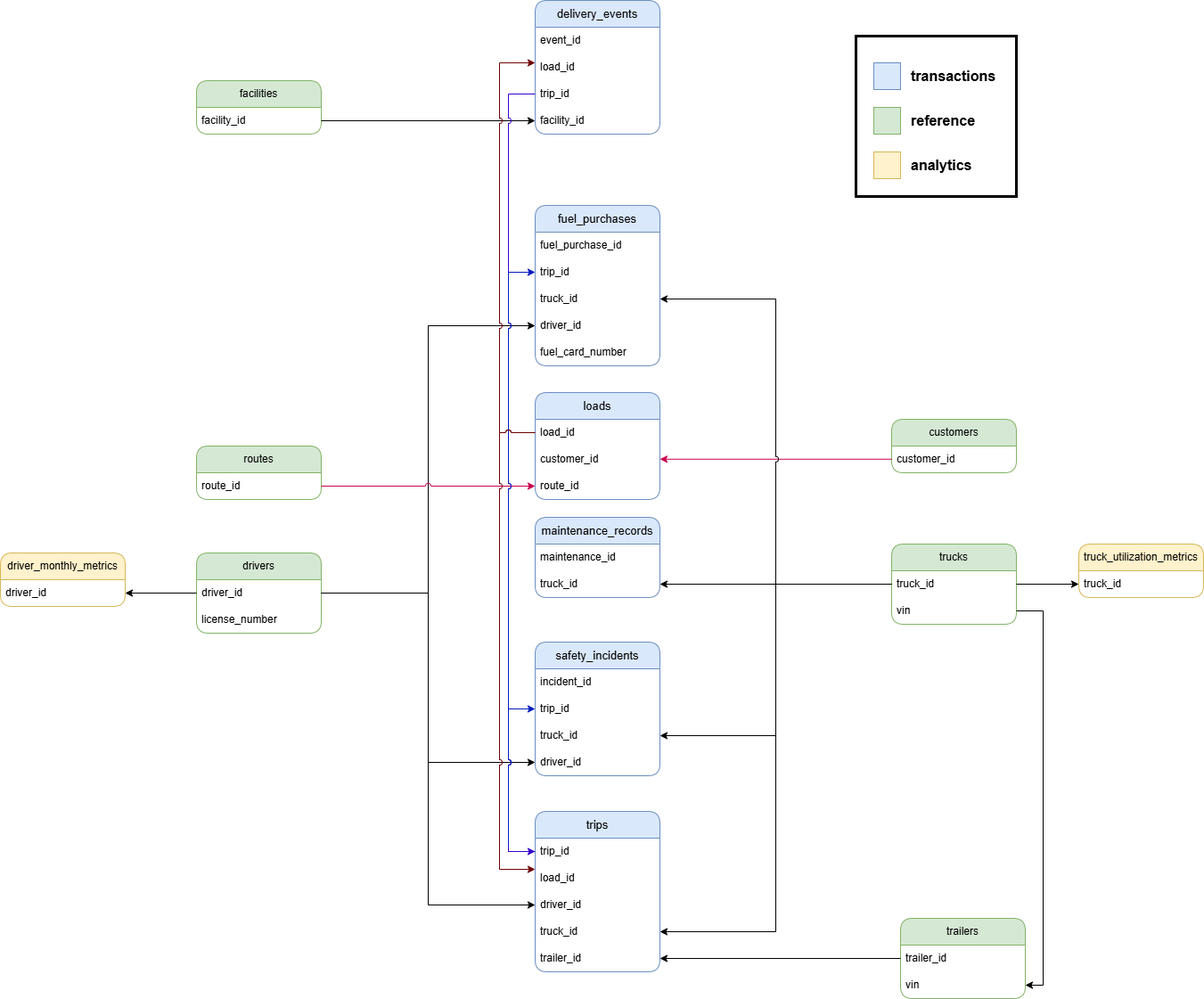
This is docs/entity_relationships.png from adhameltantawi/logistics-data-warehouse, a draw.io export, as it was before one commit. Source tidied: cells renumbered, new cells last; positions are measured from the earlier drawing's top-left corner, leaving out a move shared by most shapes.
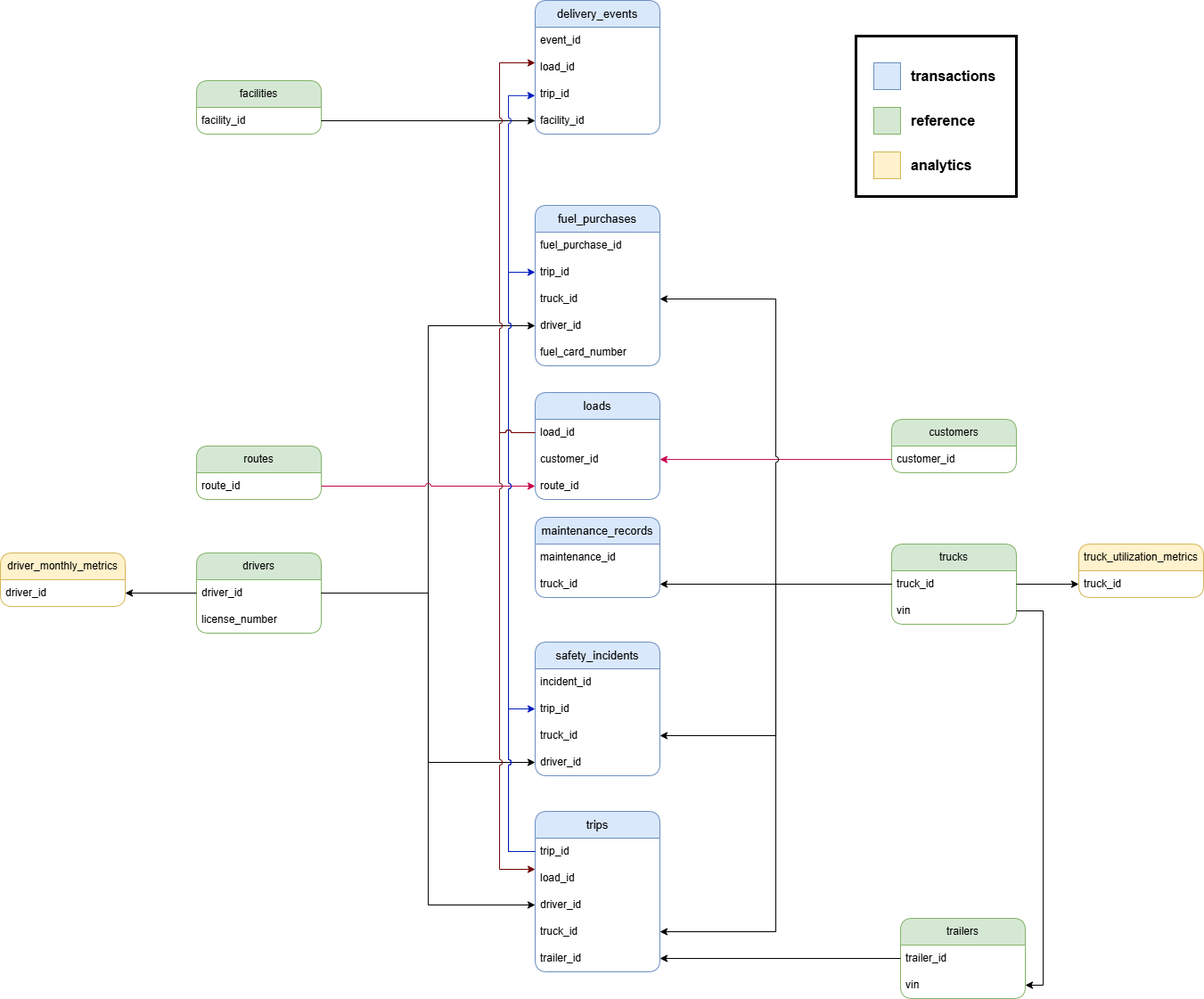
The same diagram one commit later.

Commit message:
Update entity photo

Change to the diagram source:
```diff
@@ -217,19 +217,31 @@
     <mxCell id="71" style="rounded=0;whiteSpace=wrap;html=1;fillColor=none;strokeWidth=3;" parent="1" vertex="1">
       <mxGeometry x="960" y="40" width="180" height="180" as="geometry" />
     </mxCell>
-    <mxCell id="72" style="edgeStyle=orthogonalEdgeStyle;rounded=0;jettySize=auto;html=1;curved=0;fillColor=#6a00ff;strokeColor=#3700CC;jumpStyle=arc;exitX=0;exitY=0.5;exitDx=0;exitDy=0;" parent="1" edge="1" source="20" target="41">
-      <mxGeometry relative="1" as="geometry">
-        <Array as="points">
-          <mxPoint x="570" y="105" />
-          <mxPoint x="570" y="955" />
-        </Array>
-      </mxGeometry>
-    </mxCell>
-    <mxCell id="73" style="edgeStyle=orthogonalEdgeStyle;rounded=0;jettySize=auto;html=1;entryX=0;entryY=0.5;entryDx=0;entryDy=0;curved=0;fillColor=#0050ef;strokeColor=#001DBC;jumpStyle=arc;" parent="1" edge="1" target="24">
-      <mxGeometry relative="1" as="geometry">
-        <mxPoint x="570" y="950" as="sourcePoint" />
-      </mxGeometry>
-    </mxCell>
+    <mxCell id="76" style="edgeStyle=orthogonalEdgeStyle;rounded=0;jettySize=auto;html=1;entryX=-0.001;entryY=0.56;entryDx=0;entryDy=0;entryPerimeter=0;fillColor=#0050ef;strokeColor=#001DBC;jumpStyle=arc;" parent="1" edge="1" source="41" target="20">
+      <mxGeometry relative="1" as="geometry">
+        <Array as="points">
+          <mxPoint x="570" y="955" />
+          <mxPoint x="570" y="107" />
+        </Array>
+      </mxGeometry>
+    </mxCell>
+    <mxCell id="77" style="edgeStyle=orthogonalEdgeStyle;rounded=0;jettySize=auto;html=1;entryX=0;entryY=0.5;entryDx=0;entryDy=0;fillColor=#0050ef;strokeColor=#001DBC;jumpStyle=arc;" parent="1" edge="1" source="41" target="24">
+      <mxGeometry relative="1" as="geometry">
+        <Array as="points">
+          <mxPoint x="570" y="955" />
+          <mxPoint x="570" y="305" />
+        </Array>
+      </mxGeometry>
+    </mxCell>
+    <mxCell id="75" style="edgeStyle=orthogonalEdgeStyle;rounded=0;jettySize=auto;html=1;curved=0;fillColor=#a20025;strokeColor=#6F0000;jumpStyle=arc;" parent="1" edge="1" source="29">
+      <mxGeometry relative="1" as="geometry">
+        <mxPoint x="600" y="975" as="targetPoint" />
+        <Array as="points">
+          <mxPoint x="560" y="485" />
+          <mxPoint x="560" y="975" />
+        </Array>
+      </mxGeometry>
+    </mxCell>
     <mxCell id="74" style="edgeStyle=orthogonalEdgeStyle;rounded=0;orthogonalLoop=1;jettySize=auto;html=1;entryX=0;entryY=0.5;entryDx=0;entryDy=0;curved=0;fillColor=#a20025;strokeColor=#6F0000;jumpStyle=arc;" parent="1" edge="1">
       <mxGeometry relative="1" as="geometry">
         <mxPoint x="600" y="485" as="sourcePoint" />
@@ -240,14 +252,5 @@
         </Array>
       </mxGeometry>
     </mxCell>
-    <mxCell id="75" style="edgeStyle=orthogonalEdgeStyle;rounded=0;jettySize=auto;html=1;curved=0;fillColor=#a20025;strokeColor=#6F0000;jumpStyle=arc;" parent="1" edge="1" source="29">
-      <mxGeometry relative="1" as="geometry">
-        <mxPoint x="600" y="975" as="targetPoint" />
-        <Array as="points">
-          <mxPoint x="560" y="485" />
-          <mxPoint x="560" y="975" />
-        </Array>
-      </mxGeometry>
-    </mxCell>
   </root>
 </mxGraphModel>
```
